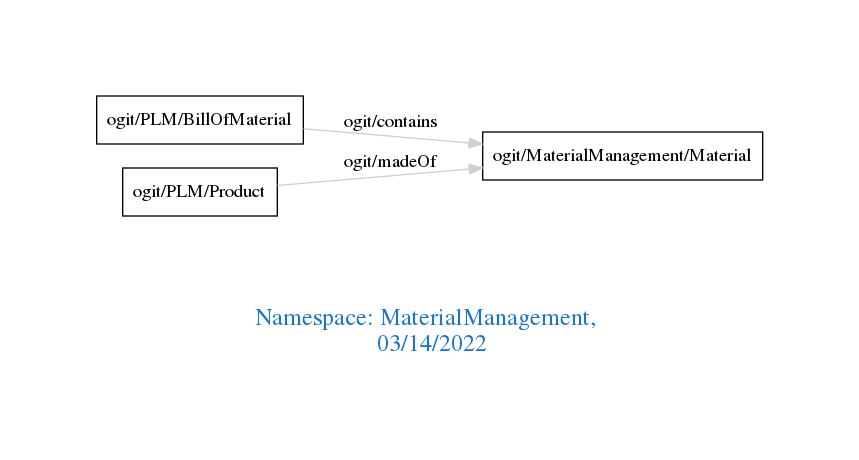
Before: downloads/MaterialManagement.png, a diagram exported from Graphviz (arago/OGIT). Its source is kept beside it as downloads/MaterialManagement.dot.
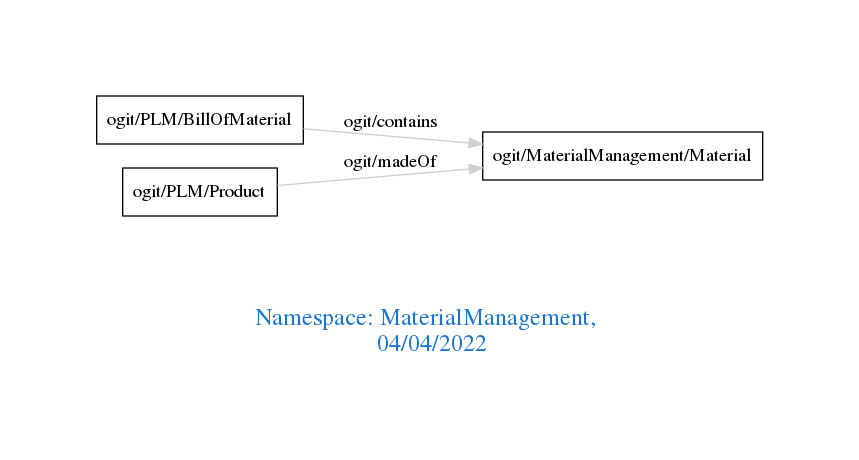
The same file after the commit.

Diff of the diagram source:
```diff
@@ -1,7 +1,7 @@
 digraph OGIT_ontology {
  graph [ rankdir= LR,pad=1
 fontsize = 18,
-fontcolor= dodgerblue3,label = "\n\n\nNamespace: MaterialManagement, \n 03/14/2022"];
+fontcolor= dodgerblue3,label = "\n\n\nNamespace: MaterialManagement, \n 04/04/2022"];
 node[shape=polygon];
 edge [  color="gray81"];
 
```
